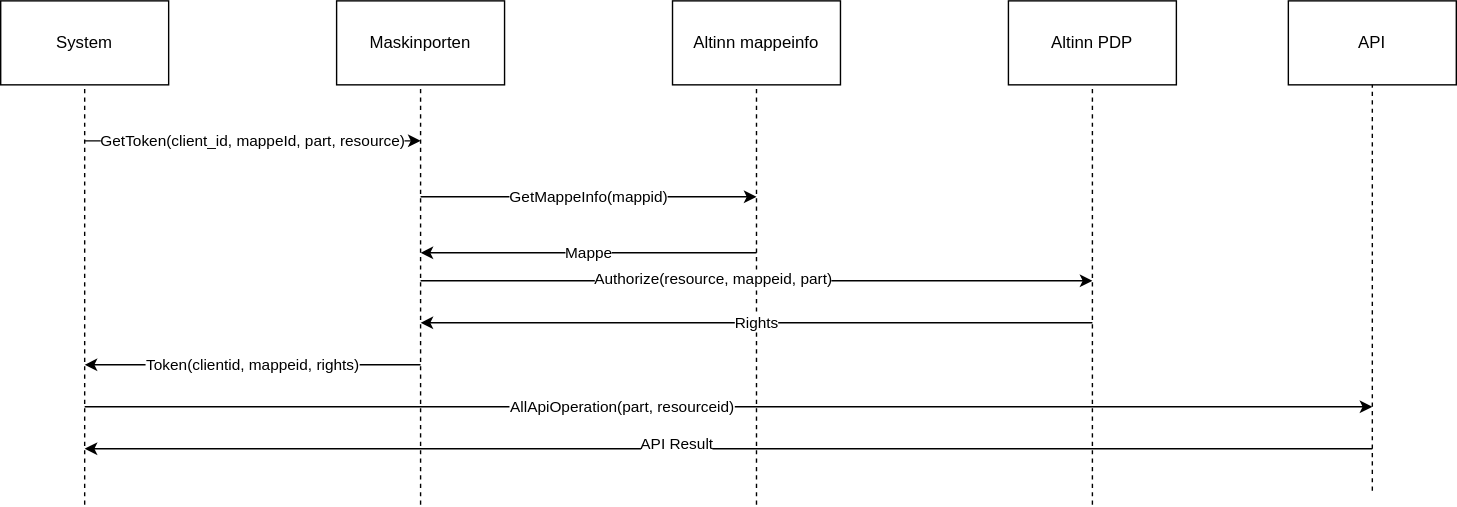
Altinn/altinn-studio-docs keeps this draw.io diagram as content/authentication/systemauthenticationflow2.drawio.svg. Above is the earlier version. Source tidied: cells renumbered, new cells last; positions are measured from the earlier drawing's top-left corner, leaving out a move shared by most shapes. The source it was exported from:
```xml
<mxGraphModel>
  <root>
    <mxCell id="0" />
    <mxCell id="1" parent="0" />
    <mxCell id="2" value="System" style="rounded=0;whiteSpace=wrap;html=1;" parent="1" vertex="1">
      <mxGeometry width="120" height="60" as="geometry" />
    </mxCell>
    <mxCell id="3" value="Maskinporten" style="rounded=0;whiteSpace=wrap;html=1;" parent="1" vertex="1">
      <mxGeometry x="240" width="120" height="60" as="geometry" />
    </mxCell>
    <mxCell id="4" value="Altinn mappeinfo" style="rounded=0;whiteSpace=wrap;html=1;" parent="1" vertex="1">
      <mxGeometry x="480" width="120" height="60" as="geometry" />
    </mxCell>
    <mxCell id="5" value="API" style="rounded=0;whiteSpace=wrap;html=1;" parent="1" vertex="1">
      <mxGeometry x="920" width="120" height="60" as="geometry" />
    </mxCell>
    <mxCell id="6" value="Altinn PDP" style="rounded=0;whiteSpace=wrap;html=1;" parent="1" vertex="1">
      <mxGeometry x="720" width="120" height="60" as="geometry" />
    </mxCell>
    <mxCell id="7" style="endArrow=none;dashed=1;html=1;entryX=0.5;entryY=1;entryDx=0;entryDy=0;" parent="1" edge="1" target="2">
      <mxGeometry relative="1" as="geometry">
        <mxPoint x="60" y="360" as="sourcePoint" />
      </mxGeometry>
    </mxCell>
    <mxCell id="8" style="endArrow=none;dashed=1;html=1;entryX=0.5;entryY=1;entryDx=0;entryDy=0;" parent="1" edge="1" target="3">
      <mxGeometry relative="1" as="geometry">
        <mxPoint x="300" y="360" as="sourcePoint" />
      </mxGeometry>
    </mxCell>
    <mxCell id="9" style="endArrow=none;dashed=1;html=1;entryX=0.5;entryY=1;entryDx=0;entryDy=0;" parent="1" edge="1" target="4">
      <mxGeometry relative="1" as="geometry">
        <mxPoint x="540" y="360" as="sourcePoint" />
      </mxGeometry>
    </mxCell>
    <mxCell id="10" value="GetMappeInfo(mappid)" style="endArrow=classic;html=1;" parent="1" edge="1">
      <mxGeometry relative="1" as="geometry">
        <mxPoint x="300" y="140" as="sourcePoint" />
        <mxPoint x="540" y="140" as="targetPoint" />
      </mxGeometry>
    </mxCell>
    <mxCell id="11" value="Mappe" style="endArrow=classic;html=1;" parent="1" edge="1">
      <mxGeometry relative="1" as="geometry">
        <mxPoint x="540" y="180" as="sourcePoint" />
        <mxPoint x="300" y="180" as="targetPoint" />
      </mxGeometry>
    </mxCell>
    <mxCell id="12" value="Token(clientid, mappeid, rights)" style="endArrow=classic;html=1;" parent="1" edge="1">
      <mxGeometry relative="1" as="geometry">
        <mxPoint x="300" y="260" as="sourcePoint" />
        <mxPoint x="60" y="260" as="targetPoint" />
      </mxGeometry>
    </mxCell>
    <mxCell id="13" style="endArrow=none;dashed=1;html=1;entryX=0.5;entryY=1;entryDx=0;entryDy=0;" parent="1" edge="1" target="6">
      <mxGeometry relative="1" as="geometry">
        <mxPoint x="780" y="360" as="sourcePoint" />
      </mxGeometry>
    </mxCell>
    <mxCell id="14" style="endArrow=classic;html=1;" parent="1" edge="1">
      <mxGeometry relative="1" as="geometry">
        <mxPoint x="60" y="290" as="sourcePoint" />
        <mxPoint x="980" y="290" as="targetPoint" />
      </mxGeometry>
    </mxCell>
    <mxCell id="15" value="AllApiOperation(part, resourceid)" style="edgeLabel;html=1;align=center;verticalAlign=middle;" parent="14" vertex="1">
      <mxGeometry x="-0.17" y="1" relative="1" as="geometry" />
    </mxCell>
    <mxCell id="16" style="endArrow=none;dashed=1;html=1;entryX=0.5;entryY=1;entryDx=0;entryDy=0;" parent="1" edge="1" target="5">
      <mxGeometry relative="1" as="geometry">
        <mxPoint x="980" y="350" as="sourcePoint" />
      </mxGeometry>
    </mxCell>
    <mxCell id="17" style="endArrow=classic;html=1;" parent="1" edge="1">
      <mxGeometry relative="1" as="geometry">
        <mxPoint x="980" y="320" as="sourcePoint" />
        <mxPoint x="60" y="320" as="targetPoint" />
      </mxGeometry>
    </mxCell>
    <mxCell id="18" value="API Result" style="edgeLabel;html=1;align=center;verticalAlign=middle;" parent="17" vertex="1">
      <mxGeometry x="0.08" y="-4" relative="1" as="geometry" />
    </mxCell>
    <mxCell id="19" value="GetToken(client_id, mappeId, part, resource)" style="endArrow=classic;html=1;" parent="1" edge="1">
      <mxGeometry relative="1" as="geometry">
        <mxPoint x="60" y="100" as="sourcePoint" />
        <mxPoint x="300" y="100" as="targetPoint" />
      </mxGeometry>
    </mxCell>
    <mxCell id="20" style="endArrow=classic;html=1;" parent="1" edge="1">
      <mxGeometry relative="1" as="geometry">
        <mxPoint x="300" y="200" as="sourcePoint" />
        <mxPoint x="780" y="200" as="targetPoint" />
      </mxGeometry>
    </mxCell>
    <mxCell id="21" value="Authorize(resource, mappeid, part)" style="edgeLabel;html=1;align=center;verticalAlign=middle;" parent="20" vertex="1">
      <mxGeometry x="-0.13" y="2" relative="1" as="geometry" />
    </mxCell>
    <mxCell id="22" value="Rights" style="endArrow=classic;html=1;" parent="1" edge="1">
      <mxGeometry relative="1" as="geometry">
        <mxPoint x="780" y="230" as="sourcePoint" />
        <mxPoint x="300" y="230" as="targetPoint" />
      </mxGeometry>
    </mxCell>
  </root>
</mxGraphModel>
```
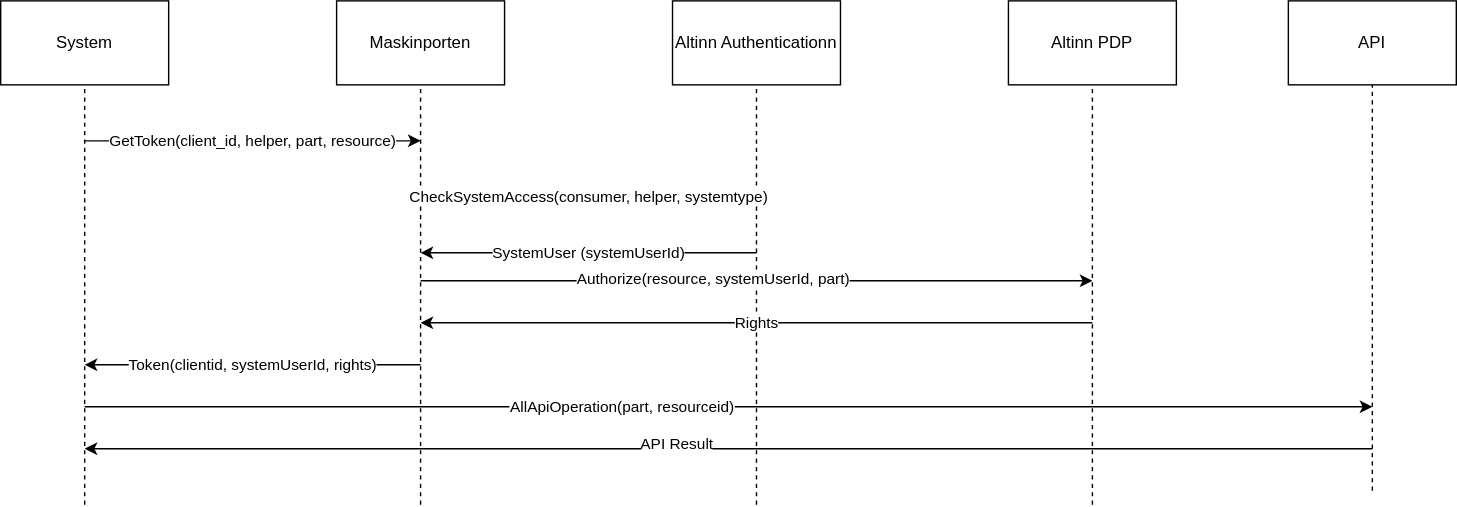
After the commit.

The edit, as a diff of the source:
```diff
@@ -8,7 +8,7 @@
     <mxCell id="3" value="Maskinporten" style="rounded=0;whiteSpace=wrap;html=1;" parent="1" vertex="1">
       <mxGeometry x="240" width="120" height="60" as="geometry" />
     </mxCell>
-    <mxCell id="4" value="Altinn mappeinfo" style="rounded=0;whiteSpace=wrap;html=1;" parent="1" vertex="1">
+    <mxCell id="4" value="Altinn Authenticationn" style="rounded=0;whiteSpace=wrap;html=1;" parent="1" vertex="1">
       <mxGeometry x="480" width="120" height="60" as="geometry" />
     </mxCell>
     <mxCell id="5" value="API" style="rounded=0;whiteSpace=wrap;html=1;" parent="1" vertex="1">
@@ -32,19 +32,19 @@
         <mxPoint x="540" y="360" as="sourcePoint" />
       </mxGeometry>
     </mxCell>
-    <mxCell id="10" value="GetMappeInfo(mappid)" style="endArrow=classic;html=1;" parent="1" edge="1">
+    <mxCell id="10" value="CheckSystemAccess(consumer, helper, systemtype)" style="endArrow=classic;html=1;" parent="1" edge="1">
       <mxGeometry relative="1" as="geometry">
         <mxPoint x="300" y="140" as="sourcePoint" />
         <mxPoint x="540" y="140" as="targetPoint" />
       </mxGeometry>
     </mxCell>
-    <mxCell id="11" value="Mappe" style="endArrow=classic;html=1;" parent="1" edge="1">
+    <mxCell id="11" value="SystemUser (systemUserId)" style="endArrow=classic;html=1;" parent="1" edge="1">
       <mxGeometry relative="1" as="geometry">
         <mxPoint x="540" y="180" as="sourcePoint" />
         <mxPoint x="300" y="180" as="targetPoint" />
       </mxGeometry>
     </mxCell>
-    <mxCell id="12" value="Token(clientid, mappeid, rights)" style="endArrow=classic;html=1;" parent="1" edge="1">
+    <mxCell id="12" value="Token(clientid, systemUserId, rights)" style="endArrow=classic;html=1;" parent="1" edge="1">
       <mxGeometry relative="1" as="geometry">
         <mxPoint x="300" y="260" as="sourcePoint" />
         <mxPoint x="60" y="260" as="targetPoint" />
@@ -78,7 +78,7 @@
     <mxCell id="18" value="API Result" style="edgeLabel;html=1;align=center;verticalAlign=middle;" parent="17" vertex="1">
       <mxGeometry x="0.08" y="-4" relative="1" as="geometry" />
     </mxCell>
-    <mxCell id="19" value="GetToken(client_id, mappeId, part, resource)" style="endArrow=classic;html=1;" parent="1" edge="1">
+    <mxCell id="19" value="GetToken(client_id, helper, part, resource)" style="endArrow=classic;html=1;" parent="1" edge="1">
       <mxGeometry relative="1" as="geometry">
         <mxPoint x="60" y="100" as="sourcePoint" />
         <mxPoint x="300" y="100" as="targetPoint" />
@@ -90,7 +90,7 @@
         <mxPoint x="780" y="200" as="targetPoint" />
       </mxGeometry>
     </mxCell>
-    <mxCell id="21" value="Authorize(resource, mappeid, part)" style="edgeLabel;html=1;align=center;verticalAlign=middle;" parent="20" vertex="1">
+    <mxCell id="21" value="Authorize(resource, systemUserId, part)" style="edgeLabel;html=1;align=center;verticalAlign=middle;" parent="20" vertex="1">
       <mxGeometry x="-0.13" y="2" relative="1" as="geometry" />
     </mxCell>
     <mxCell id="22" value="Rights" style="endArrow=classic;html=1;" parent="1" edge="1">
```
